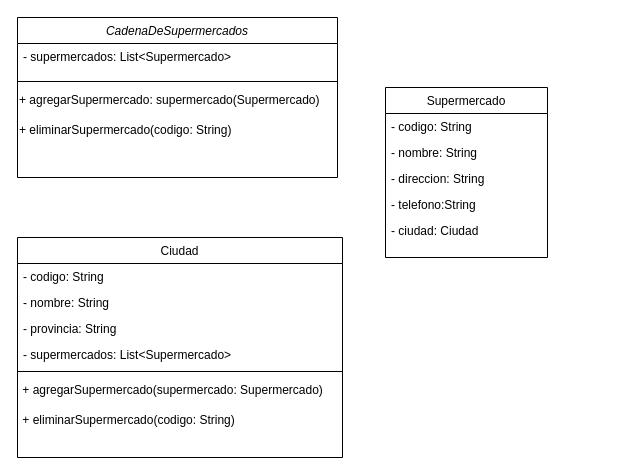
vitoriadelanachaves/uml_class_diagram keeps this draw.io diagram as Untitled Diagram.drawio. Above is the earlier version. Source tidied: cells renumbered, new cells numbered last; positions are measured from the earlier drawing's top-left corner, leaving out a move shared by most shapes. Both pictures are drawn from the tidied source at 100%, with x=0, y=0 at pixel (17, 17).
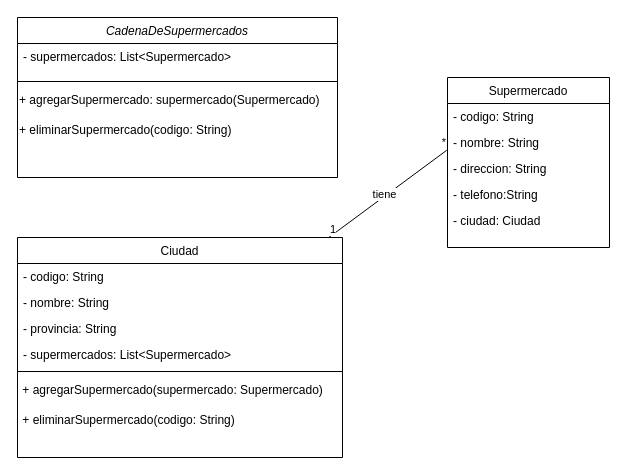
The same page after the edit.

Unchanged cells that the change refers to:
```xml
<mxCell id="7" value="Ciudad" style="swimlane;fontStyle=0;align=center;verticalAlign=top;horizontal=1;startSize=26;rounded=0;shadow=0;strokeWidth=1;" parent="1" vertex="1">
  <mxGeometry y="220" width="325" height="220" as="geometry" />
</mxCell>
<mxCell id="18" value="- direccion: String" style="text;align=left;verticalAlign=top;spacingLeft=4;spacingRight=4;overflow=hidden;points=[[0,0.5],[1,0.5]];portConstraint=eastwest;rounded=0;shadow=0;html=0;" parent="15" vertex="1">
  <mxGeometry y="78" width="162" height="26" as="geometry" />
</mxCell>
```

Change to the diagram source:
```diff
@@
     <mxCell id="15" value="Supermercado" style="swimlane;fontStyle=0;align=center;verticalAlign=top;horizontal=1;startSize=26;rounded=0;shadow=0;strokeWidth=1;" parent="1" vertex="1">
-      <mxGeometry x="368" y="70" width="162" height="170" as="geometry" />
+      <mxGeometry x="430" y="60" width="162" height="170" as="geometry" />
     </mxCell>
@@
+    <mxCell id="21" style="endArrow=none;html=1;rounded=0;entryX=-0.005;entryY=-0.2;entryDx=0;entryDy=0;entryPerimeter=0;align=center;" parent="1" edge="1" source="7" target="18">
+      <mxGeometry relative="1" as="geometry" />
+    </mxCell>
+    <mxCell id="22" value="1" style="edgeLabel;html=1;align=left;verticalAlign=bottom;" parent="21" vertex="1">
+      <mxGeometry x="-1" relative="1" as="geometry" />
+    </mxCell>
+    <mxCell id="23" value="*" style="edgeLabel;html=1;align=right;verticalAlign=bottom;" parent="21" vertex="1">
+      <mxGeometry x="1" relative="1" as="geometry" />
+    </mxCell>
+    <mxCell id="24" value="tiene" style="edgeLabel;html=1;align=center;verticalAlign=middle;" parent="21" vertex="1">
+      <mxGeometry x="-0.05" y="2" relative="1" as="geometry" />
+    </mxCell>
```
